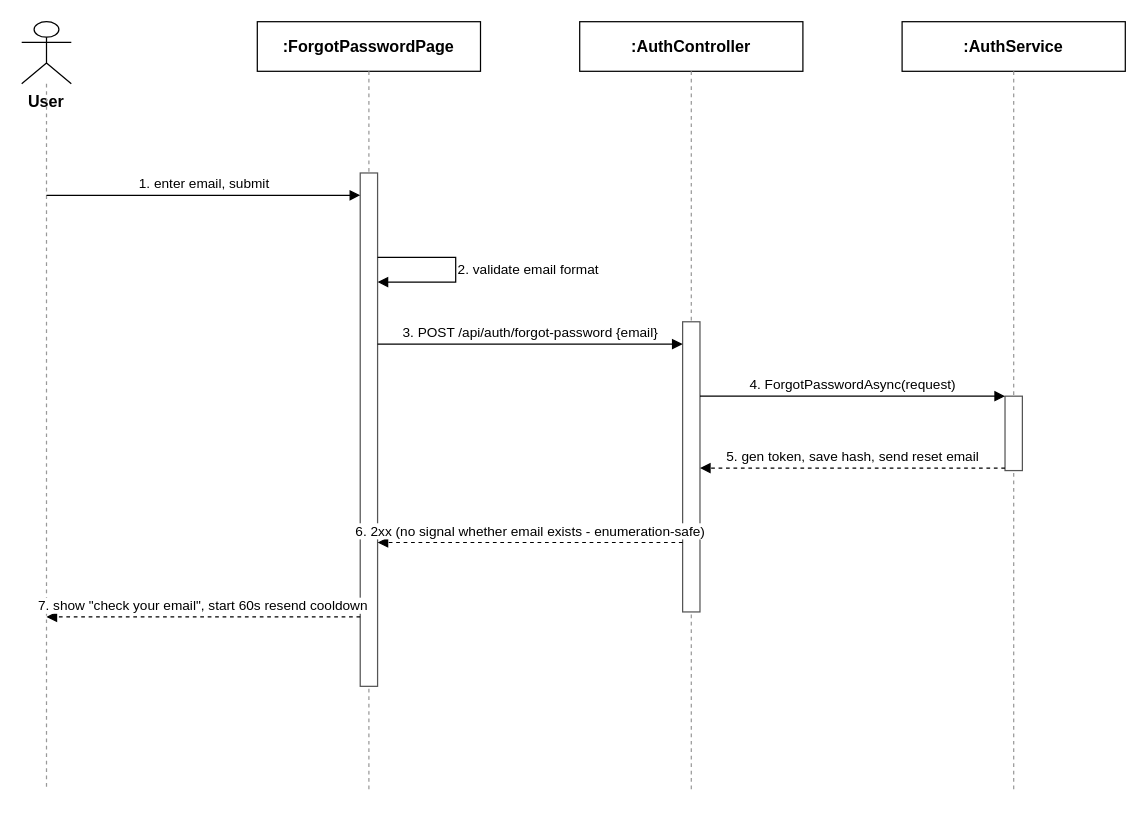
Earlier version of the draw.io diagram docs/qa/Hien_SequenceDiagram/3.1.5_Forgot_Password.drawio (tulklk/AI_Interview_Question_Generation_RAG_LLM_FE). Source tidied: cells renumbered, new cells numbered last; positions are measured from the earlier drawing's top-left corner, leaving out a move shared by most shapes. Both pictures are drawn from the tidied source at 124%, with x=0, y=0 at pixel (21, 21).
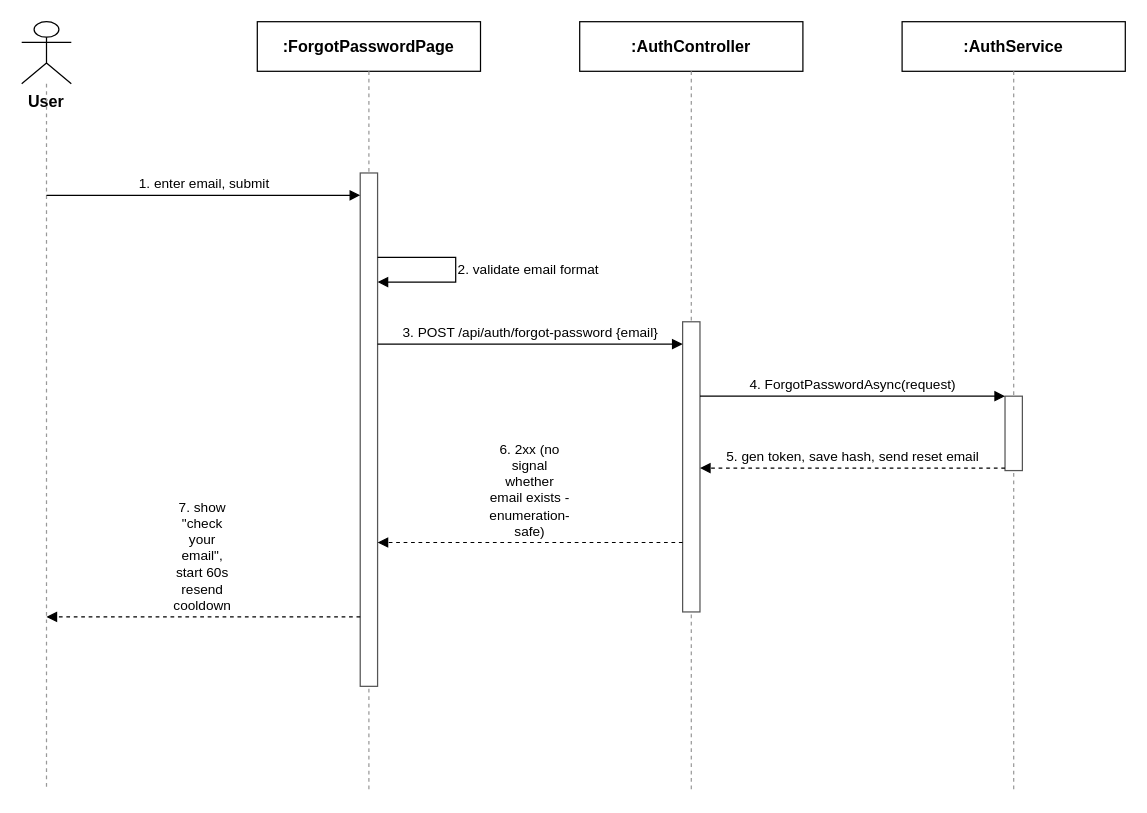
Above is the later version.

Change to the diagram source:
```diff
@@
-    <mxCell id="18" value="6. 2xx (no signal whether email exists - enumeration-safe)" style="endArrow=block;endFill=1;html=1;dashed=1;fontSize=11;align=center;verticalAlign=bottom;labelBackgroundColor=#ffffff;strokeColor=#000000;" parent="1" edge="1">
+    <mxCell id="18" value="6. 2xx (no signal whether email exists - enumeration-safe)" style="endArrow=block;endFill=1;html=1;whiteSpace=wrap;dashed=1;fontSize=11;align=center;verticalAlign=bottom;labelBackgroundColor=#ffffff;strokeColor=#000000;" parent="1" edge="1">
       <mxGeometry relative="1" as="geometry">
         <mxPoint x="533" y="420" as="sourcePoint" />
         <mxPoint x="287" y="420" as="targetPoint" />
       </mxGeometry>
     </mxCell>
-    <mxCell id="19" value="7. show &quot;check your email&quot;, start 60s resend cooldown" style="endArrow=block;endFill=1;html=1;dashed=1;fontSize=11;align=center;verticalAlign=bottom;labelBackgroundColor=#ffffff;strokeColor=#000000;" parent="1" edge="1">
+    <mxCell id="19" value="7. show &quot;check your email&quot;, start 60s resend cooldown" style="endArrow=block;endFill=1;html=1;whiteSpace=wrap;dashed=1;fontSize=11;align=center;verticalAlign=bottom;labelBackgroundColor=#ffffff;strokeColor=#000000;" parent="1" edge="1">
       <mxGeometry relative="1" as="geometry">
         <mxPoint x="273" y="480" as="sourcePoint" />
         <mxPoint x="20" y="480" as="targetPoint" />
       </mxGeometry>
     </mxCell>
```
